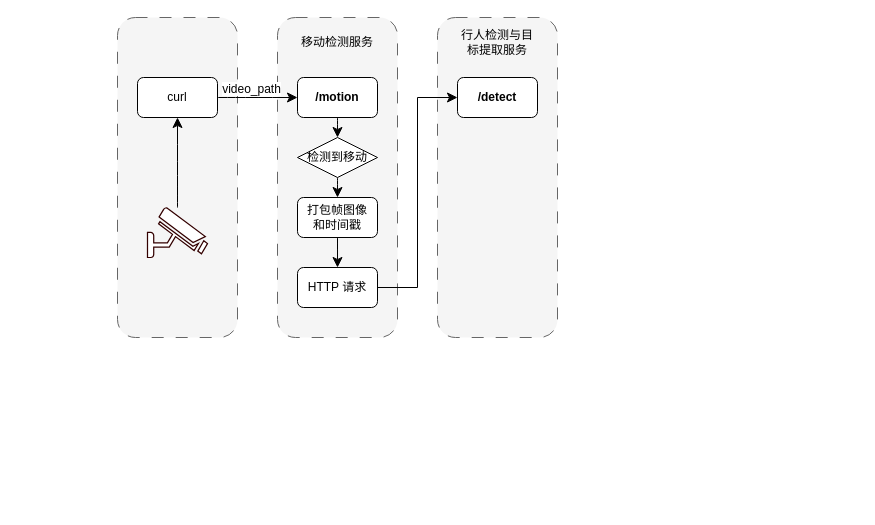
lllwwwooo/draw.io keeps this draw.io diagram as page "系统工作流" (5 of 6) of directory/边缘架构.drawio. Above is the earlier version. Source tidied: cells renumbered, new cells numbered last; positions are measured from the earlier drawing's top-left corner, leaving out a move shared by most shapes. Both pictures are drawn from the tidied source at 100%, with x=0, y=0 at pixel (117, 17).
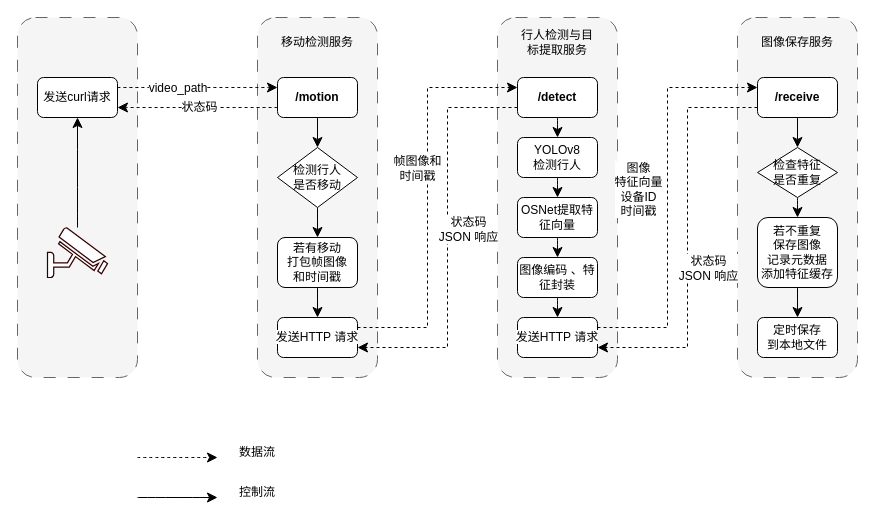
The same page after the edit.

Commit message (it also covers changes not shown here):
更新边缘架构.drawio

Diff of the diagram source:
```diff
@@
+    <mxCell id="21" style="rounded=1;whiteSpace=wrap;html=1;dashed=1;dashPattern=12 12;fillColor=#f5f5f5;fontColor=#333333;strokeColor=#666666;" parent="1" vertex="1">
+      <mxGeometry x="620" width="120" height="360" as="geometry" />
+    </mxCell>
     <mxCell id="2" style="rounded=1;whiteSpace=wrap;html=1;dashed=1;dashPattern=12 12;fillColor=#f5f5f5;fontColor=#333333;strokeColor=#666666;" parent="1" vertex="1">
-      <mxGeometry x="320" width="120" height="320" as="geometry" />
+      <mxGeometry x="380" width="120" height="360" as="geometry" />
     </mxCell>
     <mxCell id="3" style="rounded=1;whiteSpace=wrap;html=1;dashed=1;dashPattern=12 12;fillColor=#f5f5f5;fontColor=#333333;strokeColor=#666666;" parent="1" vertex="1">
-      <mxGeometry width="120" height="320" as="geometry" />
+      <mxGeometry x="-100" width="120" height="360" as="geometry" />
     </mxCell>
     <mxCell id="4" style="rounded=1;whiteSpace=wrap;html=1;dashed=1;dashPattern=12 12;fillColor=#f5f5f5;fontColor=#333333;strokeColor=#666666;" parent="1" vertex="1">
-      <mxGeometry x="160" width="120" height="320" as="geometry" />
+      <mxGeometry x="140" width="120" height="360" as="geometry" />
     </mxCell>
-    <mxCell id="5" style="edgeStyle=none;curved=1;rounded=0;jettySize=auto;html=1;exitX=1;exitY=0.5;exitDx=0;exitDy=0;entryX=0;entryY=0.5;entryDx=0;entryDy=0;fontSize=12;startSize=8;endSize=8;" parent="1" edge="1" source="7" target="9">
+    <mxCell id="5" style="edgeStyle=none;curved=1;rounded=0;jettySize=auto;html=1;exitX=1;exitY=0.25;exitDx=0;exitDy=0;entryX=0;entryY=0.25;entryDx=0;entryDy=0;fontSize=12;startSize=8;endSize=8;dashed=1;" parent="1" edge="1" source="7" target="9">
       <mxGeometry relative="1" as="geometry" />
     </mxCell>
-    <mxCell id="6" value="&lt;div&gt;&lt;span style=&quot;background-color: light-dark(#ffffff, var(--ge-dark-color, #121212)); color: light-dark(rgb(0, 0, 0), rgb(255, 255, 255));&quot;&gt;video_path&lt;/span&gt;&lt;/div&gt;" style="edgeLabel;html=1;align=center;verticalAlign=bottom;fontSize=12;labelPosition=center;verticalLabelPosition=top;" parent="5" vertex="1">
+    <mxCell id="6" value="&lt;div&gt;&lt;span style=&quot;background-color: light-dark(#ffffff, var(--ge-dark-color, #121212)); color: light-dark(rgb(0, 0, 0), rgb(255, 255, 255));&quot;&gt;video_path&lt;/span&gt;&lt;/div&gt;" style="edgeLabel;html=1;align=center;verticalAlign=middle;fontSize=12;labelPosition=center;verticalLabelPosition=middle;whiteSpace=wrap;" parent="5" vertex="1">
       <mxGeometry x="-0.34" y="2" relative="1" as="geometry">
         <mxPoint x="7" y="2" as="offset" />
       </mxGeometry>
     </mxCell>
-    <mxCell id="7" value="&lt;div&gt;curl&lt;/div&gt;" style="rounded=1;whiteSpace=wrap;html=1;" parent="1" vertex="1">
-      <mxGeometry x="20" y="60" width="80" height="40" as="geometry" />
+    <mxCell id="7" value="&lt;div&gt;发送curl请求&lt;/div&gt;" style="rounded=1;whiteSpace=wrap;html=1;" parent="1" vertex="1">
+      <mxGeometry x="-80" y="60" width="80" height="40" as="geometry" />
     </mxCell>
@@
+    <mxCell id="22" style="edgeStyle=none;curved=1;rounded=0;jettySize=auto;html=1;exitX=0;exitY=0.75;exitDx=0;exitDy=0;entryX=1;entryY=0.75;entryDx=0;entryDy=0;fontSize=12;startSize=8;endSize=8;dashed=1;" parent="1" edge="1" source="9" target="7">
+      <mxGeometry relative="1" as="geometry" />
+    </mxCell>
+    <mxCell id="23" value="状态码" style="edgeLabel;html=1;align=center;verticalAlign=middle;fontSize=12;" parent="22" vertex="1">
+      <mxGeometry x="-0.01" y="-1" relative="1" as="geometry" />
+    </mxCell>
     <mxCell id="9" value="&lt;div&gt;&lt;b&gt;/motion&lt;/b&gt;&lt;/div&gt;" style="rounded=1;whiteSpace=wrap;html=1;" parent="1" vertex="1">
-      <mxGeometry x="180" y="60" width="80" height="40" as="geometry" />
+      <mxGeometry x="160" y="60" width="80" height="40" as="geometry" />
     </mxCell>
     <mxCell id="10" style="fontColor=#0066CC;verticalAlign=top;verticalLabelPosition=bottom;labelPosition=center;align=center;html=1;outlineConnect=0;fillColor=#FFFFFF;strokeColor=#330000;gradientColor=none;gradientDirection=north;strokeWidth=2;shape=mxgraph.networks.security_camera;" parent="1" vertex="1">
-      <mxGeometry x="30" y="190" width="60" height="50" as="geometry" />
+      <mxGeometry x="-70" y="210" width="60" height="50" as="geometry" />
     </mxCell>
@@
     <mxCell id="12" value="移动检测服务" style="text;html=1;align=center;verticalAlign=middle;whiteSpace=wrap;rounded=0;" parent="1" vertex="1">
-      <mxGeometry x="180" y="10" width="80" height="30" as="geometry" />
+      <mxGeometry x="160" y="10" width="80" height="30" as="geometry" />
     </mxCell>
@@
-    <mxCell id="14" value="检测到移动" style="rhombus;whiteSpace=wrap;html=1;" parent="1" vertex="1">
-      <mxGeometry x="180" y="120" width="80" height="40" as="geometry" />
+    <mxCell id="14" value="检测行人&lt;div&gt;是否移动&lt;/div&gt;" style="rhombus;whiteSpace=wrap;html=1;" parent="1" vertex="1">
+      <mxGeometry x="160" y="130" width="80" height="60" as="geometry" />
     </mxCell>
-    <mxCell id="15" style="edgeStyle=elbowEdgeStyle;rounded=0;jettySize=auto;html=1;exitX=1;exitY=0.5;exitDx=0;exitDy=0;entryX=0;entryY=0.5;entryDx=0;entryDy=0;fontSize=12;startSize=8;endSize=8;" parent="1" edge="1" source="16" target="17">
-      <mxGeometry relative="1" as="geometry" />
+    <mxCell id="15" style="edgeStyle=elbowEdgeStyle;rounded=0;jettySize=auto;html=1;exitX=1;exitY=0.25;exitDx=0;exitDy=0;entryX=0;entryY=0.25;entryDx=0;entryDy=0;fontSize=12;startSize=8;endSize=8;dashed=1;" parent="1" edge="1" source="16" target="17">
+      <mxGeometry relative="1" as="geometry">
+        <Array as="points">
+          <mxPoint x="310" y="160" />
+        </Array>
+      </mxGeometry>
     </mxCell>
+    <mxCell id="24" value="帧图像和&lt;div&gt;时间戳&lt;/div&gt;" style="edgeLabel;html=1;align=center;verticalAlign=middle;fontSize=12;" parent="15" vertex="1">
+      <mxGeometry x="0.69" y="2" relative="1" as="geometry">
+        <mxPoint x="-39" y="82" as="offset" />
+      </mxGeometry>
+    </mxCell>
-    <mxCell id="16" value="&lt;span style=&quot;text-wrap-mode: nowrap; background-color: rgb(255, 255, 255);&quot;&gt;HTTP 请求&lt;/span&gt;" style="rounded=1;whiteSpace=wrap;html=1;" parent="1" vertex="1">
-      <mxGeometry x="180" y="250" width="80" height="40" as="geometry" />
+    <mxCell id="16" value="&lt;span style=&quot;text-wrap-mode: nowrap; background-color: rgb(255, 255, 255);&quot;&gt;发送HTTP 请求&lt;/span&gt;" style="rounded=1;whiteSpace=wrap;html=1;" parent="1" vertex="1">
+      <mxGeometry x="160" y="300" width="80" height="40" as="geometry" />
     </mxCell>
+    <mxCell id="25" style="edgeStyle=none;curved=1;rounded=0;jettySize=auto;html=1;exitX=0.5;exitY=1;exitDx=0;exitDy=0;fontSize=12;startSize=8;endSize=8;" parent="1" edge="1" source="17" target="29">
+      <mxGeometry relative="1" as="geometry" />
+    </mxCell>
+    <mxCell id="26" style="edgeStyle=elbowEdgeStyle;rounded=0;jettySize=auto;html=1;exitX=0;exitY=0.75;exitDx=0;exitDy=0;entryX=1;entryY=0.75;entryDx=0;entryDy=0;fontSize=12;startSize=8;endSize=8;dashed=1;" parent="1" edge="1" source="17" target="16">
+      <mxGeometry relative="1" as="geometry">
+        <Array as="points">
+          <mxPoint x="330" y="180" />
+        </Array>
+      </mxGeometry>
+    </mxCell>
+    <mxCell id="27" value="状态码&lt;div&gt;JSON 响应&lt;/div&gt;" style="edgeLabel;html=1;align=center;verticalAlign=middle;fontSize=12;" parent="26" vertex="1">
+      <mxGeometry x="-0.21" relative="1" as="geometry">
+        <mxPoint x="20" y="33" as="offset" />
+      </mxGeometry>
+    </mxCell>
     <mxCell id="17" value="&lt;div&gt;&lt;b&gt;/detect&lt;/b&gt;&lt;/div&gt;" style="rounded=1;whiteSpace=wrap;html=1;" parent="1" vertex="1">
-      <mxGeometry x="340" y="60" width="80" height="40" as="geometry" />
+      <mxGeometry x="400" y="60" width="80" height="40" as="geometry" />
     </mxCell>
     <mxCell id="18" value="行人检测与目标提取服务" style="text;html=1;align=center;verticalAlign=middle;whiteSpace=wrap;rounded=0;" parent="1" vertex="1">
-      <mxGeometry x="340" y="10" width="80" height="30" as="geometry" />
+      <mxGeometry x="400" y="10" width="80" height="30" as="geometry" />
     </mxCell>
@@
-    <mxCell id="20" value="&lt;span style=&quot;text-wrap-mode: nowrap; background-color: rgb(255, 255, 255);&quot;&gt;打包&lt;/span&gt;&lt;span style=&quot;background-color: light-dark(rgb(255, 255, 255), rgb(18, 18, 18)); text-wrap-mode: nowrap; color: light-dark(rgb(0, 0, 0), rgb(255, 255, 255));&quot;&gt;帧图像&lt;/span&gt;&lt;div&gt;&lt;span style=&quot;text-wrap-mode: nowrap; background-color: rgb(255, 255, 255);&quot;&gt;和时间戳&lt;/span&gt;&lt;/div&gt;" style="rounded=1;whiteSpace=wrap;html=1;" parent="1" vertex="1">
-      <mxGeometry x="180" y="180" width="80" height="40" as="geometry" />
+    <mxCell id="20" value="&lt;span style=&quot;text-wrap-mode: nowrap; background-color: rgb(255, 255, 255);&quot;&gt;若有移动&lt;/span&gt;&lt;div&gt;&lt;span style=&quot;text-wrap-mode: nowrap; background-color: rgb(255, 255, 255);&quot;&gt;打包&lt;/span&gt;&lt;span style=&quot;background-color: light-dark(rgb(255, 255, 255), rgb(18, 18, 18)); text-wrap-mode: nowrap; color: light-dark(rgb(0, 0, 0), rgb(255, 255, 255));&quot;&gt;帧图像&lt;/span&gt;&lt;div&gt;&lt;span style=&quot;text-wrap-mode: nowrap; background-color: rgb(255, 255, 255);&quot;&gt;和时间戳&lt;/span&gt;&lt;/div&gt;&lt;/div&gt;" style="rounded=1;whiteSpace=wrap;html=1;" parent="1" vertex="1">
+      <mxGeometry x="160" y="220" width="80" height="50" as="geometry" />
     </mxCell>
+    <mxCell id="28" style="edgeStyle=none;curved=1;rounded=0;jettySize=auto;html=1;exitX=0.5;exitY=1;exitDx=0;exitDy=0;entryX=0.5;entryY=0;entryDx=0;entryDy=0;fontSize=12;startSize=8;endSize=8;" parent="1" edge="1" source="29" target="35">
+      <mxGeometry relative="1" as="geometry" />
+    </mxCell>
+    <mxCell id="29" value="&lt;div&gt;YOLOv8&lt;/div&gt;&lt;div&gt;检测行人&lt;/div&gt;" style="rounded=1;whiteSpace=wrap;html=1;" parent="1" vertex="1">
+      <mxGeometry x="400" y="120" width="80" height="40" as="geometry" />
+    </mxCell>
+    <mxCell id="30" style="endArrow=classic;html=1;rounded=0;fontSize=12;startSize=8;endSize=8;curved=1;dashed=1;" parent="1" edge="1">
+      <mxGeometry relative="1" as="geometry">
+        <mxPoint x="20" y="440" as="sourcePoint" />
+        <mxPoint x="100" y="440" as="targetPoint" />
+      </mxGeometry>
+    </mxCell>
+    <mxCell id="31" value="数据流" style="text;html=1;align=center;verticalAlign=middle;whiteSpace=wrap;rounded=0;" parent="1" vertex="1">
+      <mxGeometry x="110" y="420" width="60" height="30" as="geometry" />
+    </mxCell>
+    <mxCell id="32" style="endArrow=classic;html=1;rounded=0;fontSize=12;startSize=8;endSize=8;curved=1;" parent="1" edge="1">
+      <mxGeometry relative="1" as="geometry">
+        <mxPoint x="20" y="480" as="sourcePoint" />
+        <mxPoint x="100" y="480" as="targetPoint" />
+      </mxGeometry>
+    </mxCell>
+    <mxCell id="33" value="控制流" style="text;html=1;align=center;verticalAlign=middle;whiteSpace=wrap;rounded=0;" parent="1" vertex="1">
+      <mxGeometry x="110" y="460" width="60" height="30" as="geometry" />
+    </mxCell>
+    <mxCell id="34" style="edgeStyle=none;curved=1;rounded=0;jettySize=auto;html=1;exitX=0.5;exitY=1;exitDx=0;exitDy=0;entryX=0.5;entryY=0;entryDx=0;entryDy=0;fontSize=12;startSize=8;endSize=8;" parent="1" edge="1" source="35" target="37">
+      <mxGeometry relative="1" as="geometry" />
+    </mxCell>
+    <mxCell id="35" value="OSNet提取特征向量" style="rounded=1;whiteSpace=wrap;html=1;" parent="1" vertex="1">
+      <mxGeometry x="400" y="180" width="80" height="40" as="geometry" />
+    </mxCell>
+    <mxCell id="36" style="edgeStyle=none;curved=1;rounded=0;jettySize=auto;html=1;exitX=0.5;exitY=1;exitDx=0;exitDy=0;entryX=0.5;entryY=0;entryDx=0;entryDy=0;fontSize=12;startSize=8;endSize=8;" parent="1" edge="1" source="37" target="40">
+      <mxGeometry relative="1" as="geometry" />
+    </mxCell>
+    <mxCell id="37" value="图像编码 、特征封装" style="rounded=1;whiteSpace=wrap;html=1;" parent="1" vertex="1">
+      <mxGeometry x="400" y="240" width="80" height="40" as="geometry" />
+    </mxCell>
+    <mxCell id="38" style="edgeStyle=elbowEdgeStyle;rounded=0;jettySize=auto;html=1;exitX=1;exitY=0.25;exitDx=0;exitDy=0;entryX=0;entryY=0.25;entryDx=0;entryDy=0;fontSize=12;startSize=8;endSize=8;dashed=1;" parent="1" edge="1" source="40" target="44">
+      <mxGeometry relative="1" as="geometry">
+        <Array as="points">
+          <mxPoint x="550" y="190" />
+        </Array>
+      </mxGeometry>
+    </mxCell>
+    <mxCell id="39" value="图像&lt;div&gt;特征向量&lt;/div&gt;&lt;div&gt;设备ID&lt;/div&gt;&lt;div&gt;时间戳&lt;/div&gt;" style="edgeLabel;html=1;align=center;verticalAlign=middle;fontSize=12;" parent="38" vertex="1">
+      <mxGeometry x="0.11" y="1" relative="1" as="geometry">
+        <mxPoint x="-29" y="13" as="offset" />
+      </mxGeometry>
+    </mxCell>
+    <mxCell id="40" value="&lt;span style=&quot;text-wrap-mode: nowrap; background-color: rgb(255, 255, 255);&quot;&gt;发送HTTP 请求&lt;/span&gt;" style="rounded=1;whiteSpace=wrap;html=1;" parent="1" vertex="1">
+      <mxGeometry x="400" y="300" width="80" height="40" as="geometry" />
+    </mxCell>
+    <mxCell id="41" style="edgeStyle=none;curved=1;rounded=0;jettySize=auto;html=1;exitX=0.5;exitY=1;exitDx=0;exitDy=0;fontSize=12;startSize=8;endSize=8;entryX=0.5;entryY=0;entryDx=0;entryDy=0;" parent="1" edge="1" source="44" target="50">
+      <mxGeometry relative="1" as="geometry" />
+    </mxCell>
+    <mxCell id="42" style="edgeStyle=elbowEdgeStyle;rounded=0;jettySize=auto;html=1;exitX=0;exitY=0.75;exitDx=0;exitDy=0;entryX=1;entryY=0.75;entryDx=0;entryDy=0;fontSize=12;startSize=8;endSize=8;dashed=1;" parent="1" edge="1" source="44" target="40">
+      <mxGeometry relative="1" as="geometry">
+        <Array as="points">
+          <mxPoint x="570" y="210" />
+        </Array>
+      </mxGeometry>
+    </mxCell>
+    <mxCell id="43" value="状态码&lt;div&gt;JSON 响应&lt;/div&gt;" style="edgeLabel;html=1;align=center;verticalAlign=middle;fontSize=12;" parent="42" vertex="1">
+      <mxGeometry x="-0.27" y="-1" relative="1" as="geometry">
+        <mxPoint x="21" y="84" as="offset" />
+      </mxGeometry>
+    </mxCell>
+    <mxCell id="44" value="&lt;b&gt;/receive&lt;/b&gt;" style="rounded=1;whiteSpace=wrap;html=1;" parent="1" vertex="1">
+      <mxGeometry x="640" y="60" width="80" height="40" as="geometry" />
+    </mxCell>
+    <mxCell id="45" value="图像保存服务" style="text;html=1;align=center;verticalAlign=middle;whiteSpace=wrap;rounded=0;" parent="1" vertex="1">
+      <mxGeometry x="640" y="10" width="80" height="30" as="geometry" />
+    </mxCell>
+    <mxCell id="46" style="edgeStyle=none;curved=1;rounded=0;jettySize=auto;html=1;exitX=0.5;exitY=1;exitDx=0;exitDy=0;entryX=0.5;entryY=0;entryDx=0;entryDy=0;fontSize=12;startSize=8;endSize=8;" parent="1" edge="1" source="50" target="47">
+      <mxGeometry relative="1" as="geometry" />
+    </mxCell>
+    <mxCell id="47" value="若不重复&lt;div&gt;保存图像&lt;/div&gt;&lt;div&gt;记录元数据&lt;/div&gt;&lt;div&gt;添加特征缓存&lt;/div&gt;" style="rounded=1;whiteSpace=wrap;html=1;" parent="1" vertex="1">
+      <mxGeometry x="640" y="200" width="80" height="70" as="geometry" />
+    </mxCell>
+    <mxCell id="48" style="edgeStyle=none;curved=1;rounded=0;jettySize=auto;html=1;exitX=0.5;exitY=1;exitDx=0;exitDy=0;entryX=0.5;entryY=0;entryDx=0;entryDy=0;fontSize=12;startSize=8;endSize=8;" parent="1" edge="1" source="47" target="49">
+      <mxGeometry relative="1" as="geometry" />
+    </mxCell>
+    <mxCell id="49" value="&lt;span style=&quot;text-wrap-mode: nowrap; background-color: rgb(255, 255, 255);&quot;&gt;定时保存&lt;/span&gt;&lt;div&gt;&lt;span style=&quot;text-wrap-mode: nowrap; background-color: rgb(255, 255, 255);&quot;&gt;到本地文件&lt;/span&gt;&lt;/div&gt;" style="rounded=1;whiteSpace=wrap;html=1;" parent="1" vertex="1">
+      <mxGeometry x="640" y="300" width="80" height="40" as="geometry" />
+    </mxCell>
+    <mxCell id="50" value="检查特征&lt;div&gt;是否重复&lt;/div&gt;" style="rhombus;whiteSpace=wrap;html=1;" parent="1" vertex="1">
+      <mxGeometry x="640" y="130" width="80" height="50" as="geometry" />
+    </mxCell>
```
